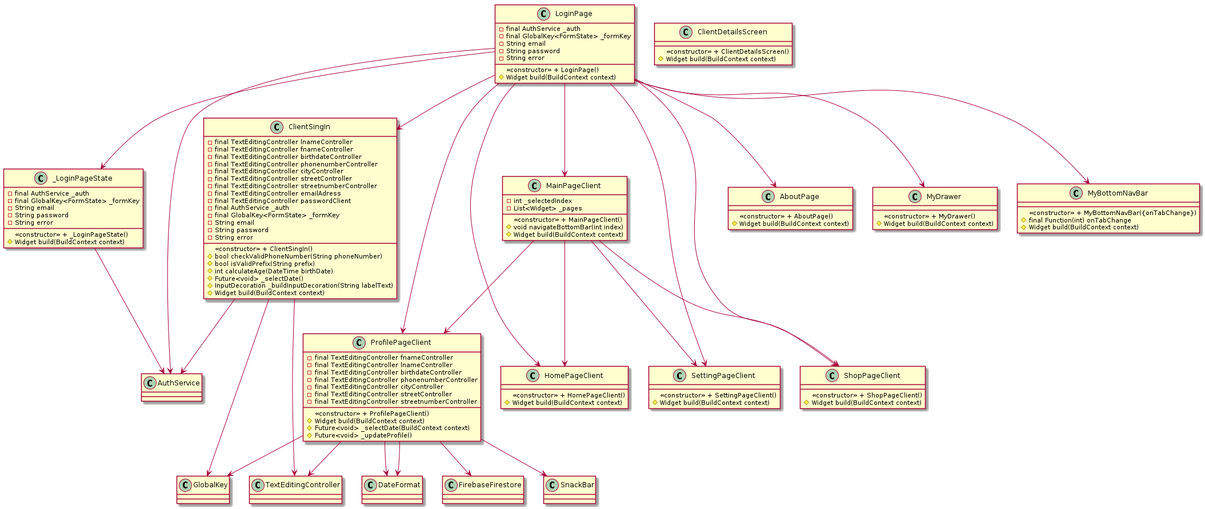
Before: UMLdiagram/BarrelSnap_ClassDiagram.png, a diagram exported from PlantUML (YehonatanFr/BarrelSnap).
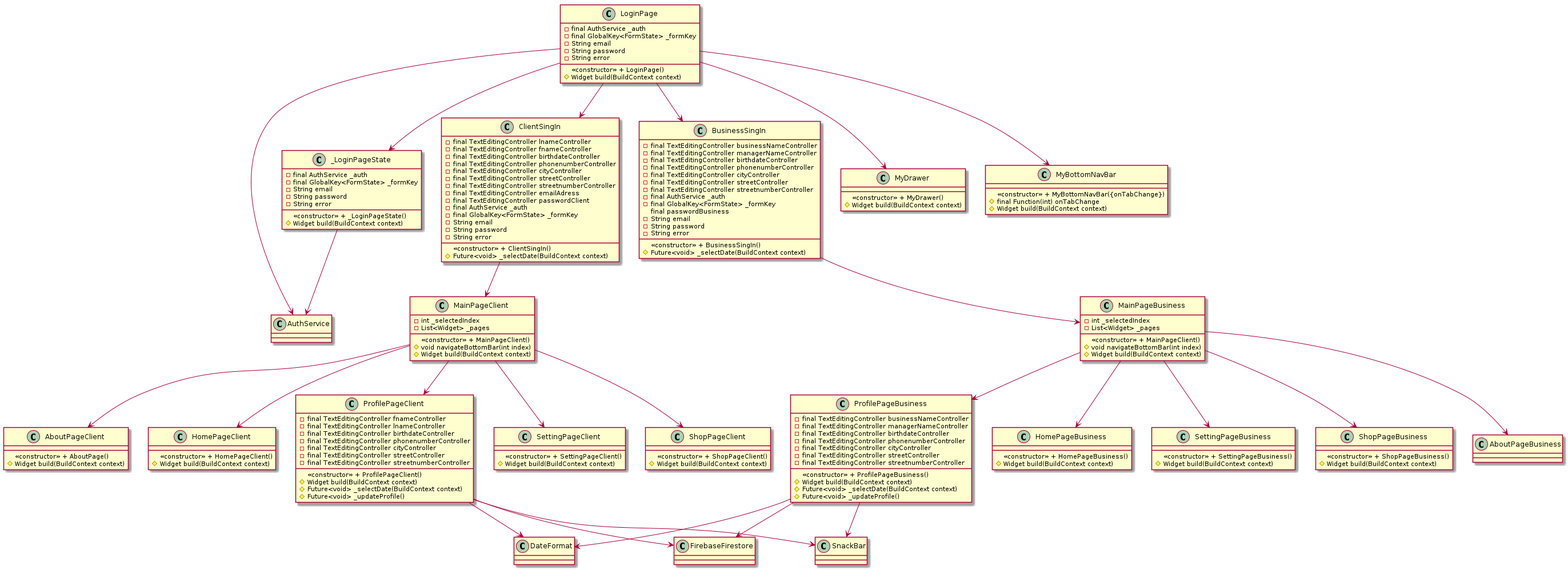
The same diagram one commit later.

Change to the diagram source:
```diff
@@ -20,15 +20,11 @@
   # Widget build(BuildContext context)
 }
 
-class AboutPage {
+class AboutPageClient {
   <<constructor>> + AboutPage()
   # Widget build(BuildContext context)
 }
 
-class ClientDetailsScreen {
-  <<constructor>> + ClientDetailsScreen()
-  # Widget build(BuildContext context)
-}
 
 class ClientSingIn {
   - final TextEditingController lnameController
@@ -46,12 +42,8 @@
   - String password
   - String error
   <<constructor>> + ClientSingIn()
-  # bool checkValidPhoneNumber(String phoneNumber)
-  # bool isValidPrefix(String prefix)
-  # int calculateAge(DateTime birthDate)
-  # Future<void> _selectDate()
-  # InputDecoration _buildInputDecoration(String labelText)
-  # Widget build(BuildContext context)
+  # Future<void> _selectDate(BuildContext context)
+
 }
 
 class HomePageClient {
@@ -102,30 +94,86 @@
   # Widget build(BuildContext context)
 }
 
+
+class BusinessSingIn {
+  - final TextEditingController businessNameController
+  - final TextEditingController managerNameController
+  - final TextEditingController birthdateController
+  - final TextEditingController phonenumberController
+  - final TextEditingController cityController
+  - final TextEditingController streetController
+  - final TextEditingController streetnumberController
+  - final AuthService _auth
+  - final GlobalKey<FormState> _formKey
+  final passwordBusiness
+  - String email
+  - String password
+  - String error
+  <<constructor>> + BusinessSingIn()
+  # Future<void> _selectDate(BuildContext context)
+
+}
+
+class ProfilePageBusiness {
+  - final TextEditingController businessNameController
+  - final TextEditingController managerNameController
+  - final TextEditingController birthdateController
+  - final TextEditingController phonenumberController
+  - final TextEditingController cityController
+  - final TextEditingController streetController
+  - final TextEditingController streetnumberController
+  <<constructor>> + ProfilePageBusiness()
+  # Widget build(BuildContext context)
+  # Future<void> _selectDate(BuildContext context)
+  # Future<void> _updateProfile()
+}
+
+class HomePageBusiness {
+  <<constructor>> + HomePageBusiness()
+  # Widget build(BuildContext context)
+}
+class SettingPageBusiness {
+  <<constructor>> + SettingPageBusiness()
+  # Widget build(BuildContext context)
+}
+
+class ShopPageBusiness {
+  <<constructor>> + ShopPageBusiness()
+  # Widget build(BuildContext context)
+}
+
+class MainPageBusiness {
+  - int _selectedIndex
+  - List<Widget> _pages
+  <<constructor>> + MainPageClient()
+  # void navigateBottomBar(int index)
+  # Widget build(BuildContext context)
+}
+
 LoginPage --> _LoginPageState
 LoginPage --> AuthService
 _LoginPageState --> AuthService
-LoginPage --> AboutPage
 LoginPage --> ClientSingIn
-LoginPage --> HomePageClient
-LoginPage --> MainPageClient
+LoginPage --> BusinessSingIn
 LoginPage --> MyDrawer
 LoginPage --> MyBottomNavBar
-LoginPage --> ProfilePageClient
-LoginPage --> SettingPageClient
-LoginPage --> ShopPageClient
-ClientSingIn --> AuthService
-ClientSingIn --> TextEditingController
-ClientSingIn --> GlobalKey
-ProfilePageClient --> TextEditingController
+ClientSingIn --> MainPageClient
+BusinessSingIn --> MainPageBusiness
 ProfilePageClient --> DateFormat
 ProfilePageClient --> FirebaseFirestore
-ProfilePageClient --> DateFormat
-ProfilePageClient --> GlobalKey
 ProfilePageClient --> SnackBar
+ProfilePageBusiness --> DateFormat
+ProfilePageBusiness --> FirebaseFirestore
+ProfilePageBusiness --> SnackBar
 MainPageClient --> HomePageClient
 MainPageClient --> ShopPageClient
 MainPageClient --> ProfilePageClient
 MainPageClient --> SettingPageClient
+MainPageClient --> AboutPageClient
+MainPageBusiness --> AboutPageBusiness
+MainPageBusiness --> HomePageBusiness
+MainPageBusiness --> ShopPageBusiness
+MainPageBusiness --> ProfilePageBusiness
+MainPageBusiness --> SettingPageBusiness
 
 @enduml
```
